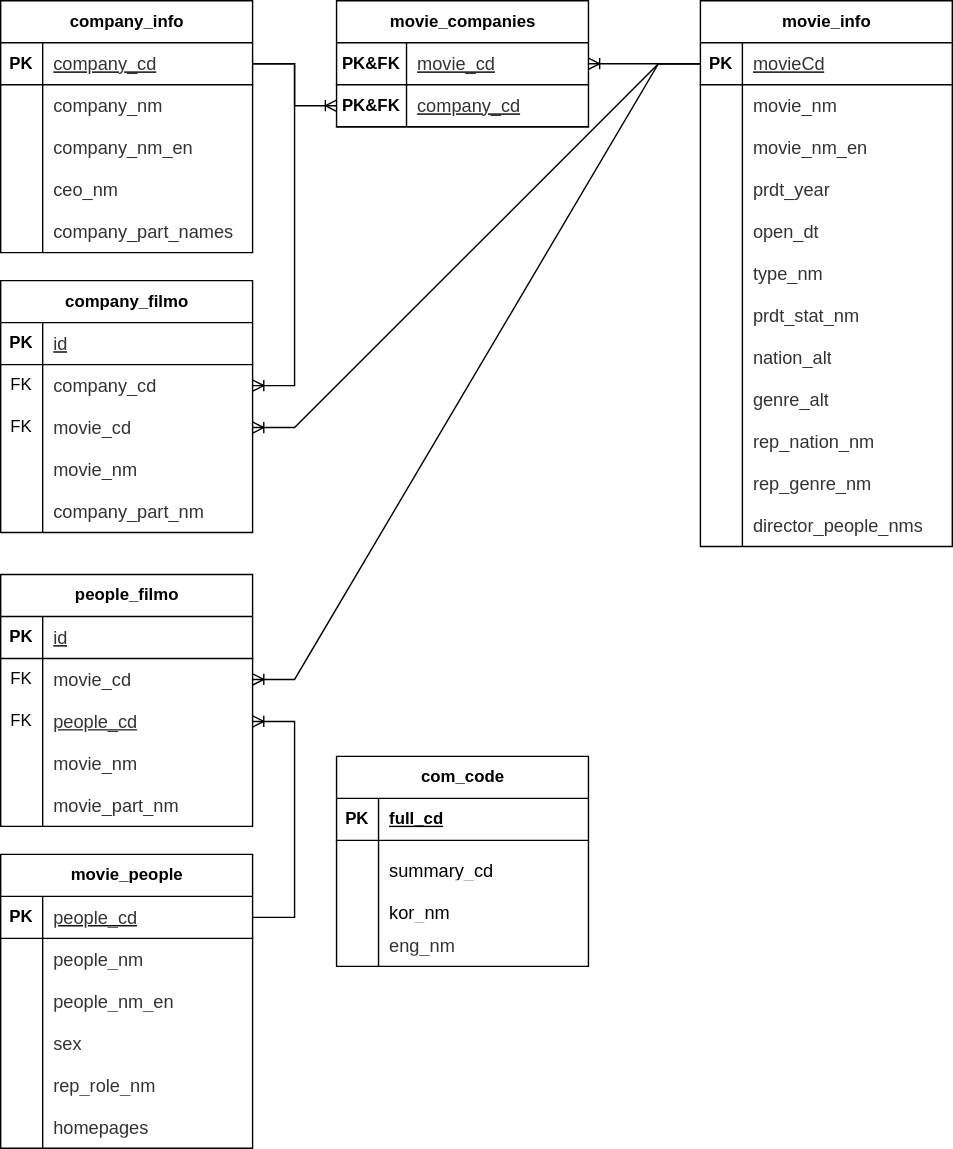
Above: cine-info-erd.svg in moner050/cine-info (draw.io), before the change. Source tidied: cells renumbered, new cells last; positions are measured from the earlier drawing's top-left corner, leaving out a move shared by most shapes.
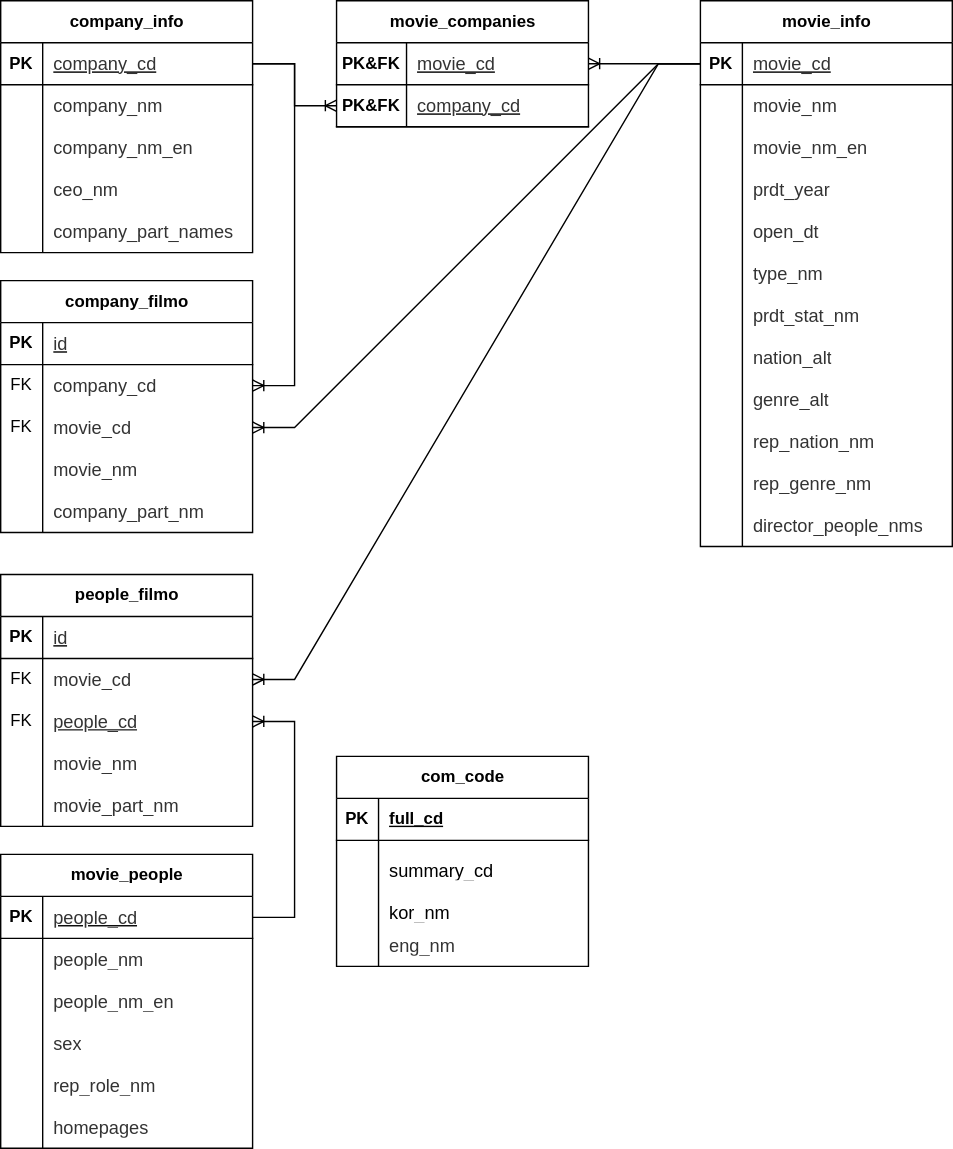
Later version of the same file.

Commit message:
movie_info 컬럼명 카멜케이스 -> 스네이크케이스로 변경

Diff of the diagram source:
```diff
@@ -119,7 +119,7 @@
     <mxCell id="40" value="PK" style="shape=partialRectangle;fillColor=none;top=0;left=0;bottom=0;right=0;fontStyle=1;overflow=hidden;whiteSpace=wrap;html=1;" parent="39" vertex="1">
       <mxGeometry width="30" height="30" as="geometry" />
     </mxCell>
-    <mxCell id="41" value="&lt;span style=&quot;color: rgb(51, 51, 51); font-family: &amp;quot;Nanum Gothic&amp;quot;, sans-serif; font-size: 13px; font-weight: 400; text-align: center; background-color: rgb(255, 255, 255);&quot;&gt;movieCd&lt;/span&gt;" style="shape=partialRectangle;fillColor=none;top=0;left=0;bottom=0;right=0;align=left;spacingLeft=6;fontStyle=5;overflow=hidden;whiteSpace=wrap;html=1;" parent="39" vertex="1">
+    <mxCell id="41" value="&lt;span style=&quot;color: rgb(51, 51, 51); font-family: &amp;quot;Nanum Gothic&amp;quot;, sans-serif; font-size: 13px; font-weight: 400; text-align: center; background-color: rgb(255, 255, 255);&quot;&gt;movie_cd&lt;/span&gt;" style="shape=partialRectangle;fillColor=none;top=0;left=0;bottom=0;right=0;align=left;spacingLeft=6;fontStyle=5;overflow=hidden;whiteSpace=wrap;html=1;" parent="39" vertex="1">
       <mxGeometry x="30" width="150" height="30" as="geometry" />
     </mxCell>
     <mxCell id="42" style="shape=tableRow;horizontal=0;startSize=0;swimlaneHead=0;swimlaneBody=0;fillColor=none;top=0;left=0;right=0;bottom=0;" parent="38" vertex="1">
```
